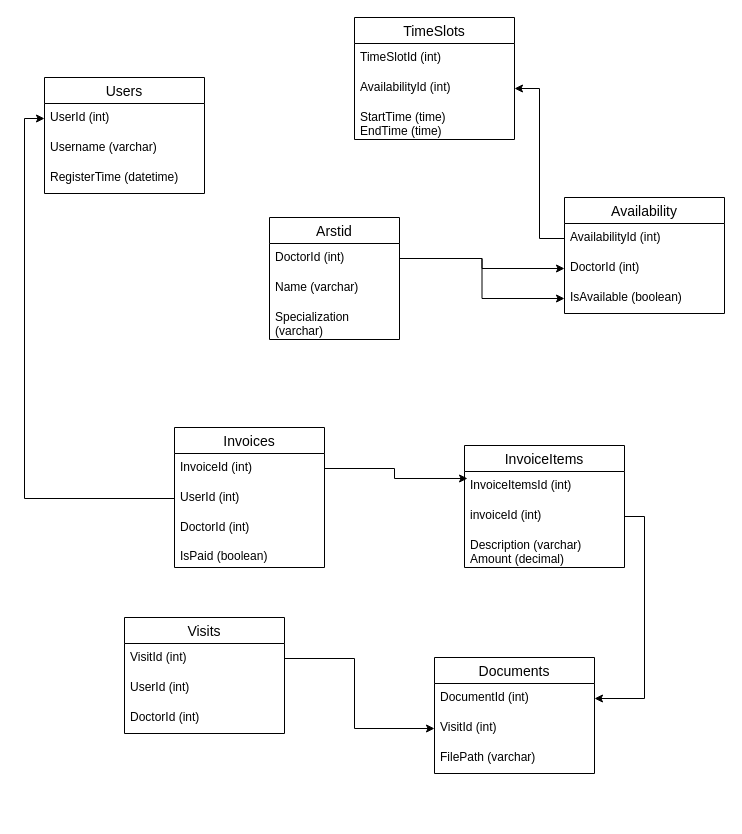
This is nguljajev.drawio from NGuljajev/Programeerimine2, a draw.io file, before an edit. Source tidied: cells renumbered, new cells numbered last; positions are measured from the earlier drawing's top-left corner, leaving out a move shared by most shapes. Both pictures are drawn from the tidied source at 100%, with x=0, y=0 at pixel (44, 17).
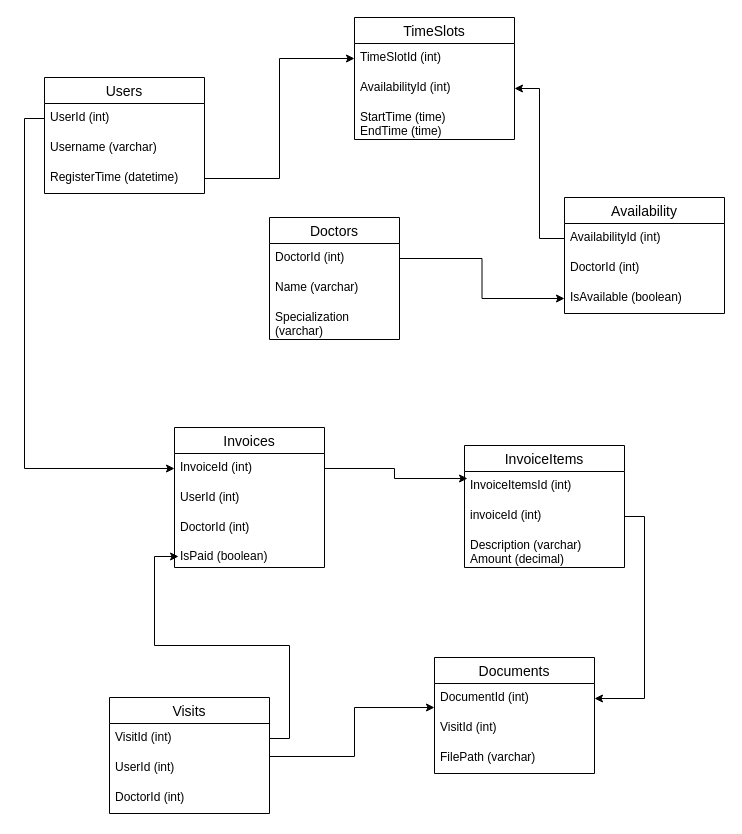
After the change.

Unchanged cells that the change refers to:
```xml
<mxCell id="3" value="DoctorId (int)" style="text;strokeColor=none;fillColor=none;spacingLeft=4;spacingRight=4;overflow=hidden;points=[[0,0.5],[1,0.5]];portConstraint=eastwest;fontSize=12;whiteSpace=wrap;html=1;" parent="2" vertex="1">
  <mxGeometry y="26" width="130" height="30" as="geometry" />
</mxCell>
<mxCell id="7" value="UserId (int)" style="text;strokeColor=none;fillColor=none;spacingLeft=4;spacingRight=4;overflow=hidden;points=[[0,0.5],[1,0.5]];portConstraint=eastwest;fontSize=12;whiteSpace=wrap;html=1;" parent="6" vertex="1">
  <mxGeometry y="26" width="160" height="30" as="geometry" />
</mxCell>
<mxCell id="9" value="RegisterTime (datetime)" style="text;strokeColor=none;fillColor=none;spacingLeft=4;spacingRight=4;overflow=hidden;points=[[0,0.5],[1,0.5]];portConstraint=eastwest;fontSize=12;whiteSpace=wrap;html=1;" parent="6" vertex="1">
  <mxGeometry y="86" width="160" height="30" as="geometry" />
</mxCell>
<mxCell id="11" value="TimeSlotId (int)" style="text;strokeColor=none;fillColor=none;spacingLeft=4;spacingRight=4;overflow=hidden;points=[[0,0.5],[1,0.5]];portConstraint=eastwest;fontSize=12;whiteSpace=wrap;html=1;" parent="10" vertex="1">
  <mxGeometry y="26" width="160" height="30" as="geometry" />
</mxCell>
<mxCell id="16" value="DoctorId (int)" style="text;strokeColor=none;fillColor=none;spacingLeft=4;spacingRight=4;overflow=hidden;points=[[0,0.5],[1,0.5]];portConstraint=eastwest;fontSize=12;whiteSpace=wrap;html=1;" parent="14" vertex="1">
  <mxGeometry y="56" width="160" height="30" as="geometry" />
</mxCell>
<mxCell id="19" value="InvoiceId (int)" style="text;strokeColor=none;fillColor=none;spacingLeft=4;spacingRight=4;overflow=hidden;points=[[0,0.5],[1,0.5]];portConstraint=eastwest;fontSize=12;whiteSpace=wrap;html=1;" parent="18" vertex="1">
  <mxGeometry y="26" width="150" height="30" as="geometry" />
</mxCell>
<mxCell id="20" value="UserId (int)" style="text;strokeColor=none;fillColor=none;spacingLeft=4;spacingRight=4;overflow=hidden;points=[[0,0.5],[1,0.5]];portConstraint=eastwest;fontSize=12;whiteSpace=wrap;html=1;" parent="18" vertex="1">
  <mxGeometry y="56" width="150" height="30" as="geometry" />
</mxCell>
<mxCell id="21" value="DoctorId (int)&lt;div&gt;&lt;span style=&quot;background-color: initial;&quot;&gt;&lt;br&gt;&lt;/span&gt;&lt;/div&gt;&lt;div&gt;&lt;span style=&quot;background-color: initial;&quot;&gt;IsPaid (boolean)&lt;/span&gt;&lt;/div&gt;" style="text;strokeColor=none;fillColor=none;spacingLeft=4;spacingRight=4;overflow=hidden;points=[[0,0.5],[1,0.5]];portConstraint=eastwest;fontSize=12;whiteSpace=wrap;html=1;" parent="18" vertex="1">
  <mxGeometry y="86" width="150" height="54" as="geometry" />
</mxCell>
<mxCell id="28" value="VisitId (int)" style="text;strokeColor=none;fillColor=none;spacingLeft=4;spacingRight=4;overflow=hidden;points=[[0,0.5],[1,0.5]];portConstraint=eastwest;fontSize=12;whiteSpace=wrap;html=1;" parent="27" vertex="1">
  <mxGeometry y="26" width="160" height="30" as="geometry" />
</mxCell>
<mxCell id="33" value="VisitId (int)" style="text;strokeColor=none;fillColor=none;spacingLeft=4;spacingRight=4;overflow=hidden;points=[[0,0.5],[1,0.5]];portConstraint=eastwest;fontSize=12;whiteSpace=wrap;html=1;" parent="31" vertex="1">
  <mxGeometry y="56" width="160" height="30" as="geometry" />
</mxCell>
```

What changed in the source:
```diff
@@
-    <mxCell id="2" value="Arstid" style="swimlane;fontStyle=0;horizontal=1;startSize=26;align=center;fontSize=14;" parent="1" vertex="1">
+    <mxCell id="2" value="Doctors" style="swimlane;fontStyle=0;horizontal=1;startSize=26;align=center;fontSize=14;" parent="1" vertex="1">
       <mxGeometry x="225" y="200" width="130" height="122" as="geometry" />
     </mxCell>
@@
     <mxCell id="27" value="Visits" style="swimlane;fontStyle=0;horizontal=1;startSize=26;align=center;fontSize=14;" parent="1" vertex="1">
-      <mxGeometry x="80" y="600" width="160" height="116" as="geometry" />
+      <mxGeometry x="65" y="680" width="160" height="116" as="geometry" />
     </mxCell>
@@
-    <mxCell id="35" style="edgeStyle=orthogonalEdgeStyle;rounded=0;jettySize=auto;html=1;exitX=1;exitY=0.5;exitDx=0;exitDy=0;" parent="1" edge="1" source="28" target="33">
+    <mxCell id="35" style="edgeStyle=orthogonalEdgeStyle;rounded=0;orthogonalLoop=1;jettySize=auto;html=1;exitX=1;exitY=0.5;exitDx=0;exitDy=0;" parent="1" edge="1">
       <mxGeometry relative="1" as="geometry">
+        <mxPoint x="225" y="700" as="sourcePoint" />
+        <mxPoint x="390" y="690" as="targetPoint" />
         <Array as="points">
-          <mxPoint x="310" y="641" />
-          <mxPoint x="310" y="711" />
+          <mxPoint x="225" y="739" />
+          <mxPoint x="310" y="739" />
+          <mxPoint x="310" y="690" />
         </Array>
       </mxGeometry>
     </mxCell>
@@
-    <mxCell id="37" style="edgeStyle=orthogonalEdgeStyle;rounded=0;jettySize=auto;html=1;exitX=0;exitY=0.5;exitDx=0;exitDy=0;entryX=0;entryY=0.5;entryDx=0;entryDy=0;" parent="1" edge="1" source="20" target="7">
-      <mxGeometry relative="1" as="geometry" />
-    </mxCell>
@@
-    <mxCell id="39" style="edgeStyle=orthogonalEdgeStyle;rounded=0;jettySize=auto;html=1;exitX=1;exitY=0.5;exitDx=0;exitDy=0;" parent="1" edge="1" source="3" target="16">
-      <mxGeometry relative="1" as="geometry" />
-    </mxCell>
@@
+    <mxCell id="42" style="edgeStyle=orthogonalEdgeStyle;rounded=0;jettySize=auto;html=1;exitX=0;exitY=0.5;exitDx=0;exitDy=0;" parent="1" edge="1" source="7" target="19">
+      <mxGeometry relative="1" as="geometry" />
+    </mxCell>
+    <mxCell id="43" style="edgeStyle=orthogonalEdgeStyle;rounded=0;jettySize=auto;html=1;entryX=0.027;entryY=0.796;entryDx=0;entryDy=0;entryPerimeter=0;" parent="1" edge="1" source="28" target="21">
+      <mxGeometry relative="1" as="geometry" />
+    </mxCell>
+    <mxCell id="44" style="edgeStyle=orthogonalEdgeStyle;rounded=0;jettySize=auto;html=1;exitX=1;exitY=0.5;exitDx=0;exitDy=0;" parent="1" edge="1" source="9" target="11">
+      <mxGeometry relative="1" as="geometry" />
+    </mxCell>
```
